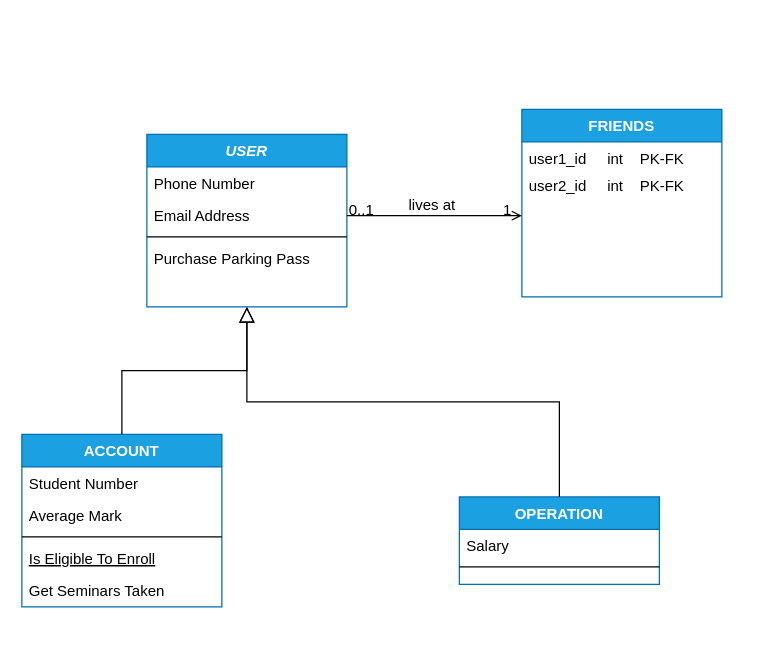
The draw.io diagram Diagramme sans nom.drawio in rosalorca/Pay-My-Buddy, before the edit. Source tidied: cells renumbered, new cells numbered last; positions are measured from the earlier drawing's top-left corner, leaving out a move shared by most shapes. Both pictures are drawn from the tidied source at 125%, with x=0, y=0 at pixel (21, 109).
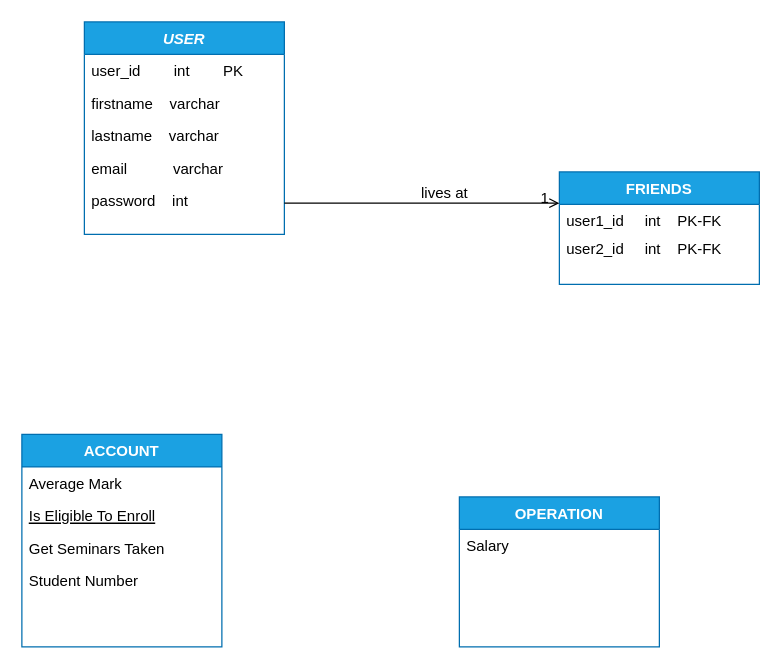
The same diagram, later.

Commit message (it also covers changes not shown here):
Mettre à jour Diagramme sans nom.drawio

The change refers to these unchanged cells:
```xml
<mxCell id="21" style="endArrow=open;shadow=0;strokeWidth=1;rounded=0;endFill=1;edgeStyle=elbowEdgeStyle;elbow=vertical;" parent="1" edge="1" source="2" target="18">
  <mxGeometry x="0.5" y="41" relative="1" as="geometry">
    <mxPoint x="-40" y="32" as="offset" />
  </mxGeometry>
</mxCell>
```

What changed in the source:
```diff
@@
     <mxCell id="2" value="USER" style="swimlane;fontStyle=3;align=center;verticalAlign=top;horizontal=1;startSize=26;rounded=0;shadow=0;strokeWidth=1;fillColor=#1ba1e2;fontColor=#ffffff;strokeColor=#006EAF;" parent="1" vertex="1">
-      <mxGeometry x="100" y="20" width="160" height="138" as="geometry" />
+      <mxGeometry x="50" y="-70" width="160" height="170" as="geometry" />
     </mxCell>
-    <mxCell id="3" value="Phone Number" style="text;align=left;verticalAlign=top;spacingLeft=4;spacingRight=4;overflow=hidden;rounded=0;shadow=0;html=0;" parent="2" vertex="1">
+    <mxCell id="3" value="user_id        int        PK" style="text;align=left;verticalAlign=top;spacingLeft=4;spacingRight=4;overflow=hidden;rounded=0;shadow=0;html=0;" parent="2" vertex="1">
       <mxGeometry y="26" width="160" height="26" as="geometry" />
     </mxCell>
-    <mxCell id="4" value="Email Address" style="text;align=left;verticalAlign=top;spacingLeft=4;spacingRight=4;overflow=hidden;rounded=0;shadow=0;html=0;" parent="2" vertex="1">
-      <mxGeometry y="52" width="160" height="26" as="geometry" />
-    </mxCell>
-    <mxCell id="5" style="line;html=1;strokeWidth=1;align=left;verticalAlign=middle;spacingTop=-1;spacingLeft=3;spacingRight=3;labelPosition=right;" parent="2" vertex="1">
-      <mxGeometry y="78" width="160" height="8" as="geometry" />
-    </mxCell>
-    <mxCell id="6" value="Purchase Parking Pass" style="text;align=left;verticalAlign=top;spacingLeft=4;spacingRight=4;overflow=hidden;" parent="2" vertex="1">
-      <mxGeometry y="86" width="160" height="26" as="geometry" />
-    </mxCell>
+    <mxCell id="25" value="firstname    varchar" style="text;align=left;verticalAlign=top;spacingLeft=4;spacingRight=4;overflow=hidden;rounded=0;shadow=0;html=0;" parent="2" vertex="1">
+      <mxGeometry y="52" width="160" height="26" as="geometry" />
+    </mxCell>
+    <mxCell id="26" value="lastname    varchar" style="text;align=left;verticalAlign=top;spacingLeft=4;spacingRight=4;overflow=hidden;rounded=0;shadow=0;html=0;" parent="2" vertex="1">
+      <mxGeometry y="78" width="160" height="26" as="geometry" />
+    </mxCell>
+    <mxCell id="27" value="email           varchar" style="text;align=left;verticalAlign=top;spacingLeft=4;spacingRight=4;overflow=hidden;rounded=0;shadow=0;html=0;" parent="2" vertex="1">
+      <mxGeometry y="104" width="160" height="26" as="geometry" />
+    </mxCell>
+    <mxCell id="28" value="password    int" style="text;align=left;verticalAlign=top;spacingLeft=4;spacingRight=4;overflow=hidden;rounded=0;shadow=0;html=0;" parent="2" vertex="1">
+      <mxGeometry y="130" width="160" height="26" as="geometry" />
+    </mxCell>
     <mxCell id="7" value="ACCOUNT" style="swimlane;fontStyle=1;align=center;verticalAlign=top;horizontal=1;startSize=26;rounded=0;shadow=0;strokeWidth=1;fillColor=#1ba1e2;fontColor=#ffffff;strokeColor=#006EAF;" parent="1" vertex="1">
-      <mxGeometry y="260" width="160" height="138" as="geometry" />
+      <mxGeometry y="260" width="160" height="170" as="geometry" />
     </mxCell>
-    <mxCell id="8" value="Student Number" style="text;align=left;verticalAlign=top;spacingLeft=4;spacingRight=4;overflow=hidden;" parent="7" vertex="1">
-      <mxGeometry y="26" width="160" height="26" as="geometry" />
-    </mxCell>
     <mxCell id="9" value="Average Mark" style="text;align=left;verticalAlign=top;spacingLeft=4;spacingRight=4;overflow=hidden;rounded=0;shadow=0;html=0;" parent="7" vertex="1">
-      <mxGeometry y="52" width="160" height="26" as="geometry" />
+      <mxGeometry y="26" width="160" height="26" as="geometry" />
     </mxCell>
-    <mxCell id="10" style="line;html=1;strokeWidth=1;align=left;verticalAlign=middle;spacingTop=-1;spacingLeft=3;spacingRight=3;labelPosition=right;" parent="7" vertex="1">
-      <mxGeometry y="78" width="160" height="8" as="geometry" />
-    </mxCell>
     <mxCell id="11" value="Is Eligible To Enroll" style="text;align=left;verticalAlign=top;spacingLeft=4;spacingRight=4;overflow=hidden;fontStyle=4;" parent="7" vertex="1">
-      <mxGeometry y="86" width="160" height="26" as="geometry" />
+      <mxGeometry y="52" width="160" height="26" as="geometry" />
     </mxCell>
     <mxCell id="12" value="Get Seminars Taken" style="text;align=left;verticalAlign=top;spacingLeft=4;spacingRight=4;overflow=hidden;" parent="7" vertex="1">
-      <mxGeometry y="112" width="160" height="26" as="geometry" />
+      <mxGeometry y="78" width="160" height="26" as="geometry" />
     </mxCell>
-    <mxCell id="13" style="endArrow=block;endSize=10;endFill=0;shadow=0;strokeWidth=1;rounded=0;edgeStyle=elbowEdgeStyle;elbow=vertical;" parent="1" edge="1" source="7" target="2">
-      <mxGeometry relative="1" as="geometry" />
-    </mxCell>
+    <mxCell id="8" value="Student Number" style="text;align=left;verticalAlign=top;spacingLeft=4;spacingRight=4;overflow=hidden;" parent="7" vertex="1">
+      <mxGeometry y="104" width="160" height="26" as="geometry" />
+    </mxCell>
     <mxCell id="14" value="OPERATION" style="swimlane;fontStyle=1;align=center;verticalAlign=top;horizontal=1;startSize=26;rounded=0;shadow=0;strokeWidth=1;fillColor=#1ba1e2;fontColor=#ffffff;strokeColor=#006EAF;" parent="1" vertex="1">
-      <mxGeometry x="350" y="310" width="160" height="70" as="geometry" />
+      <mxGeometry x="350" y="310" width="160" height="120" as="geometry" />
     </mxCell>
@@
-    <mxCell id="16" style="line;html=1;strokeWidth=1;align=left;verticalAlign=middle;spacingTop=-1;spacingLeft=3;spacingRight=3;labelPosition=right;" parent="14" vertex="1">
-      <mxGeometry y="52" width="160" height="8" as="geometry" />
-    </mxCell>
-    <mxCell id="17" style="endArrow=block;endSize=10;endFill=0;shadow=0;strokeWidth=1;rounded=0;edgeStyle=elbowEdgeStyle;elbow=vertical;" parent="1" edge="1" source="14" target="2">
-      <mxGeometry relative="1" as="geometry" />
-    </mxCell>
     <mxCell id="18" value="FRIENDS" style="swimlane;fontStyle=1;align=center;verticalAlign=top;horizontal=1;startSize=26;rounded=0;shadow=0;strokeWidth=1;fillColor=#1ba1e2;fontColor=#ffffff;strokeColor=#006EAF;" parent="1" vertex="1">
-      <mxGeometry x="400" width="160" height="150" as="geometry" />
+      <mxGeometry x="430" y="50" width="160" height="90" as="geometry" />
     </mxCell>
@@
-    <mxCell id="22" value="0..1" style="align=left;verticalAlign=bottom;labelBackgroundColor=none;fontSize=12;" parent="21" vertex="1">
-      <mxGeometry x="-1" relative="1" as="geometry">
-        <mxPoint y="4" as="offset" />
-      </mxGeometry>
-    </mxCell>
```
